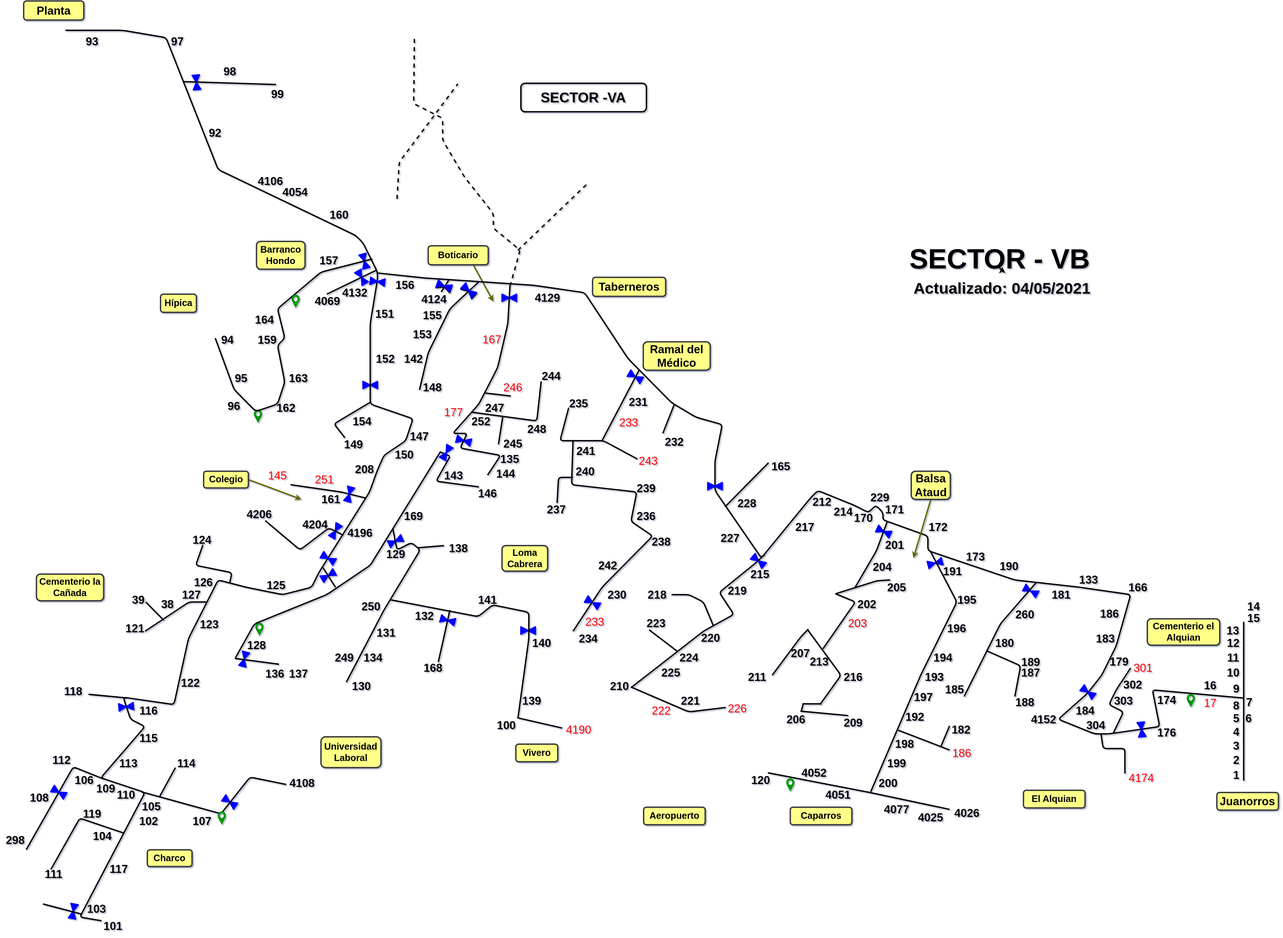
Before: planos-actualizados/plano_VB.svg, a diagram exported from draw.io (cr4vegas-team/doc-cr4vegas-planos). Source tidied: cells renumbered, new cells last; positions are measured from the earlier drawing's top-left corner, leaving out a move shared by most shapes.
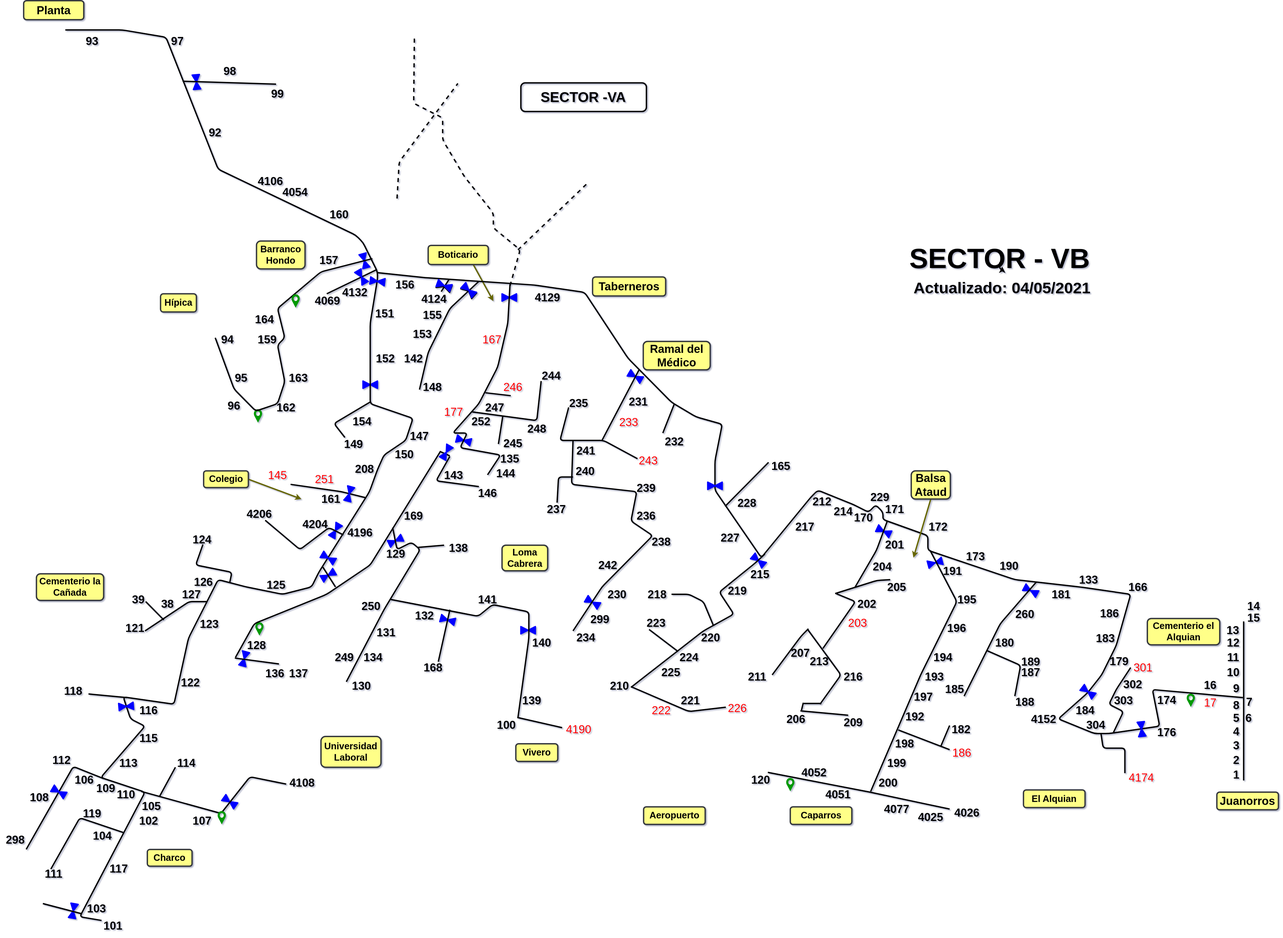
The same file after the commit.

What changed in the source:
```diff
@@ -453,12 +453,6 @@
     <mxCell id="92" value="230" style="text;html=1;strokeColor=none;fillColor=none;align=center;verticalAlign=middle;whiteSpace=wrap;fontSize=33;fontStyle=1;strokeWidth=4;rounded=1;" parent="1" vertex="1">
       <mxGeometry x="1756.3" y="1710.7" width="84.5" height="42.8" as="geometry" />
     </mxCell>
-    <mxCell id="93" value="&lt;span style=&quot;font-size: 33px;&quot;&gt;&lt;span style=&quot;font-size: 33px;&quot;&gt;233&lt;/span&gt;&lt;/span&gt;" style="text;html=1;strokeColor=none;fillColor=none;align=center;verticalAlign=middle;whiteSpace=wrap;fontSize=33;fontStyle=0;fontColor=#FF0000;strokeWidth=4;rounded=1;" parent="1" vertex="1">
-      <mxGeometry x="1690.8" y="1789.8" width="84.5" height="42.8" as="geometry" />
-    </mxCell>
-    <mxCell id="94" value="234" style="text;html=1;strokeColor=none;fillColor=none;align=center;verticalAlign=middle;whiteSpace=wrap;fontSize=33;fontStyle=1;strokeWidth=4;rounded=1;" parent="1" vertex="1">
-      <mxGeometry x="1671.7" y="1839" width="84.5" height="42.8" as="geometry" />
-    </mxCell>
     <mxCell id="95" style="endArrow=none;html=1;strokeWidth=4;fontSize=33;" parent="1" edge="1">
       <mxGeometry x="-770" y="40" as="geometry">
         <mxPoint x="2113.5" y="1475.5" as="sourcePoint" />
@@ -1400,5 +1394,11 @@
     <mxCell id="332" style="verticalLabelPosition=bottom;align=center;html=1;verticalAlign=top;dashed=0;shape=mxgraph.pid2valves.valve;valveType=gate;defState=closed;strokeWidth=4;fillColor=none;fontSize=33;rotation=-60;strokeColor=#0000FF;rounded=1;" parent="1" vertex="1">
       <mxGeometry x="1278.6" y="1306.9" width="42.3" height="21.4" as="geometry" />
     </mxCell>
+    <mxCell id="333" value="299" style="text;html=1;strokeColor=none;fillColor=none;align=center;verticalAlign=middle;whiteSpace=wrap;fontSize=33;fontStyle=1;strokeWidth=4;rounded=1;" parent="1" vertex="1">
+      <mxGeometry x="1705.6" y="1783.4" width="84.5" height="42.8" as="geometry" />
+    </mxCell>
+    <mxCell id="94" value="234" style="text;html=1;strokeColor=none;fillColor=none;align=center;verticalAlign=middle;whiteSpace=wrap;fontSize=33;fontStyle=1;strokeWidth=4;rounded=1;" parent="1" vertex="1">
+      <mxGeometry x="1665.4" y="1836.9" width="84.5" height="42.8" as="geometry" />
+    </mxCell>
   </root>
 </mxGraphModel>
```
